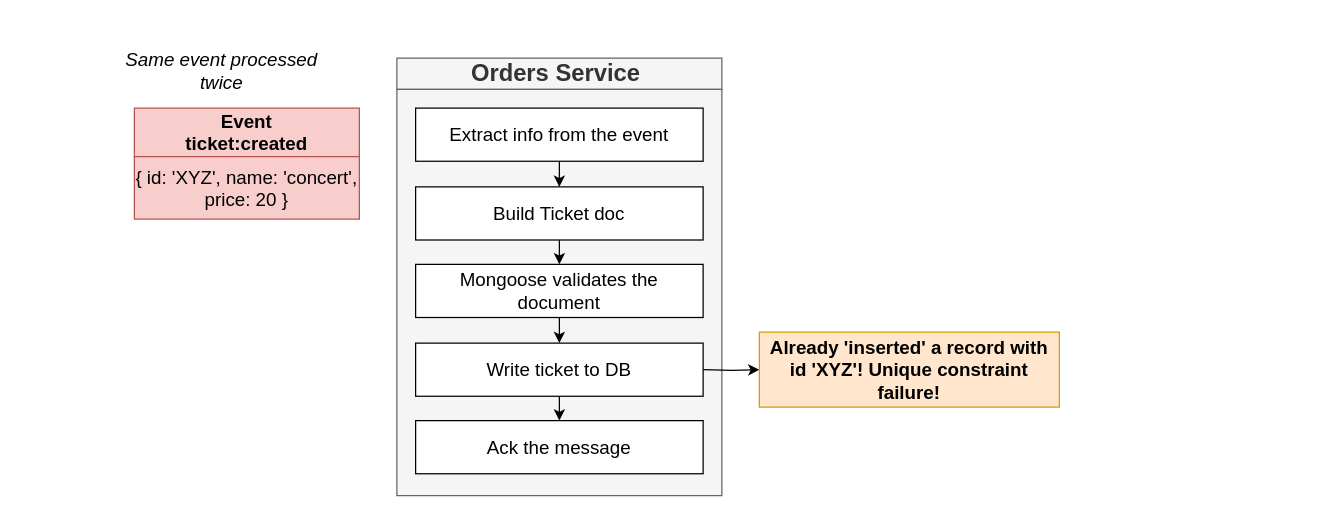
HappySuzuki/microservices-cast keeps this draw.io diagram as page "08 - insert" (10 of 17) of diagrams/08/01.drawio. Above is the earlier version. Source tidied: cells renumbered, new cells numbered last; positions are measured from the earlier drawing's top-left corner, leaving out a move shared by most shapes. Both pictures are drawn from the tidied source at 125%, with x=0, y=0 at pixel (121, 58).
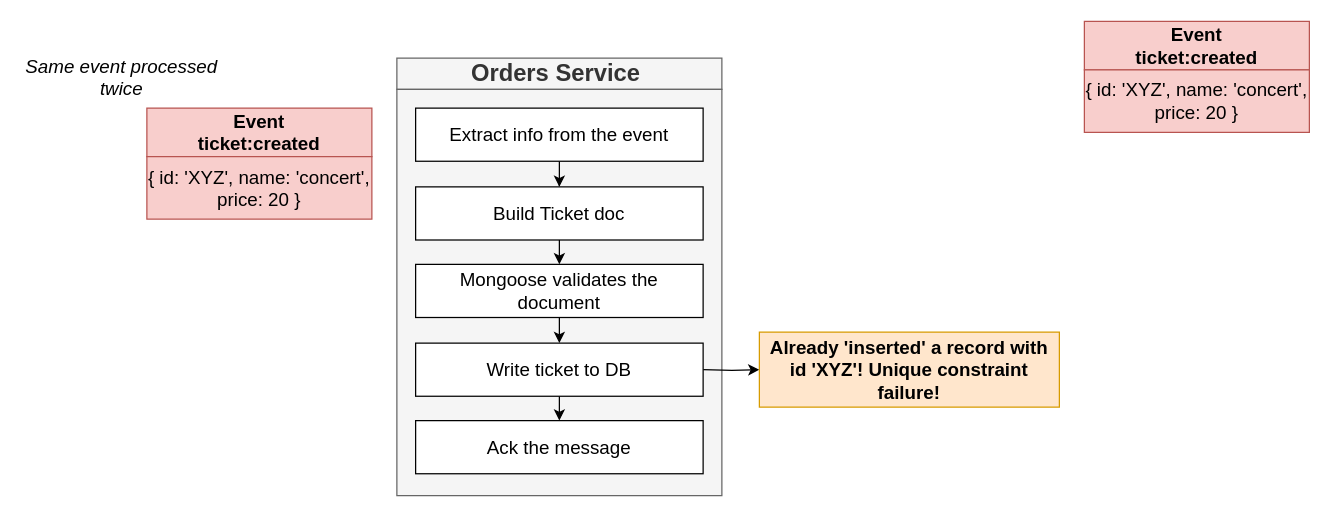
After the change.

The edit, as a diff of the source:
```diff
@@
     <mxCell id="15" value="&lt;b style=&quot;font-size: 15px;&quot;&gt;Event&lt;br style=&quot;font-size: 15px;&quot;&gt;ticket:created&lt;br style=&quot;font-size: 15px;&quot;&gt;&lt;/b&gt;" style="rounded=0;whiteSpace=wrap;html=1;fontSize=15;fillColor=#f8cecc;strokeColor=#b85450;" parent="1" vertex="1">
-      <mxGeometry x="10" y="40" width="180" height="38.8" as="geometry" />
+      <mxGeometry x="20" y="40" width="180" height="38.8" as="geometry" />
     </mxCell>
     <mxCell id="16" value="&lt;span style=&quot;font-size: 15px&quot;&gt;&lt;span style=&quot;font-weight: 400&quot;&gt;{ id: 'XYZ', &lt;/span&gt;&lt;span style=&quot;font-weight: normal&quot;&gt;name&lt;/span&gt;&lt;span style=&quot;font-weight: 400&quot;&gt;: 'concert', price: 20 }&lt;/span&gt;&lt;br style=&quot;font-size: 15px&quot;&gt;&lt;/span&gt;" style="rounded=0;whiteSpace=wrap;html=1;fontSize=15;fillColor=#f8cecc;strokeColor=#b85450;fontStyle=1;" parent="1" vertex="1">
-      <mxGeometry x="10" y="78.8" width="180" height="50" as="geometry" />
+      <mxGeometry x="20" y="78.8" width="180" height="50" as="geometry" />
     </mxCell>
     <mxCell id="17" value="&lt;i&gt;Same event processed twice&lt;/i&gt;" style="text;html=1;strokeColor=none;fillColor=none;align=center;verticalAlign=middle;whiteSpace=wrap;rounded=0;fontSize=15;" parent="1" vertex="1">
-      <mxGeometry width="160" height="20" as="geometry" />
+      <mxGeometry x="-80" y="5" width="160" height="20" as="geometry" />
     </mxCell>
+    <mxCell id="18" value="&lt;b style=&quot;font-size: 15px;&quot;&gt;Event&lt;br style=&quot;font-size: 15px;&quot;&gt;ticket:created&lt;br style=&quot;font-size: 15px;&quot;&gt;&lt;/b&gt;" style="rounded=0;whiteSpace=wrap;html=1;fontSize=15;fillColor=#f8cecc;strokeColor=#b85450;" parent="1" vertex="1">
+      <mxGeometry x="770" y="-29.4" width="180" height="38.8" as="geometry" />
+    </mxCell>
+    <mxCell id="19" value="&lt;span style=&quot;font-size: 15px&quot;&gt;&lt;span style=&quot;font-weight: 400&quot;&gt;{ id: 'XYZ', &lt;/span&gt;&lt;span style=&quot;font-weight: normal&quot;&gt;name&lt;/span&gt;&lt;span style=&quot;font-weight: 400&quot;&gt;: 'concert', price: 20 }&lt;/span&gt;&lt;br style=&quot;font-size: 15px&quot;&gt;&lt;/span&gt;" style="rounded=0;whiteSpace=wrap;html=1;fontSize=15;fillColor=#f8cecc;strokeColor=#b85450;fontStyle=1;" parent="1" vertex="1">
+      <mxGeometry x="770" y="9.4" width="180" height="50" as="geometry" />
+    </mxCell>
```
